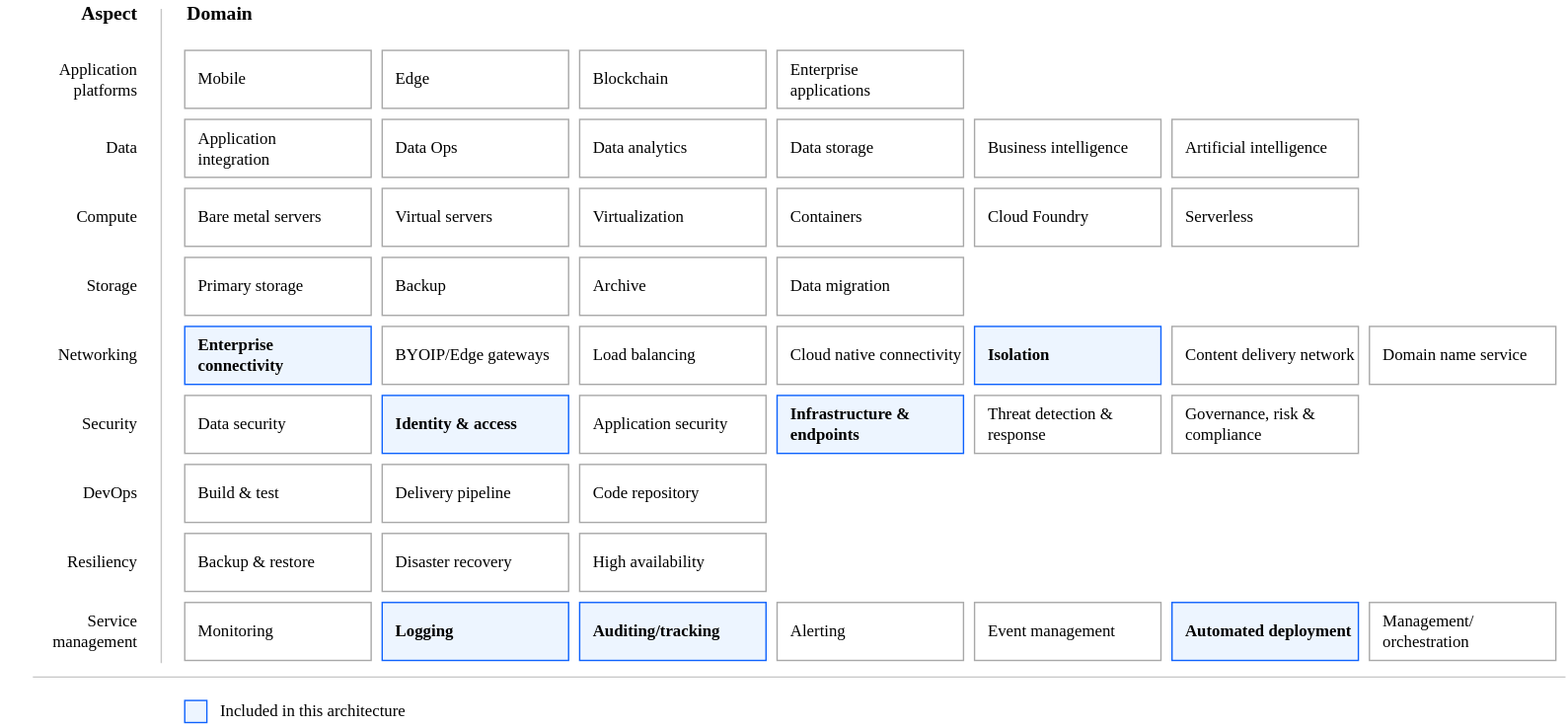
This is reference-architectures/heat-map-deploy-arch-slz-vpc-standard.svg from terraform-ibm-modules/terraform-ibm-landing-zone, a draw.io export, as it was before one commit. Source tidied: cells renumbered, new cells last; positions are measured from the earlier drawing's top-left corner, leaving out a move shared by most shapes. Source of this version:
```xml
<mxGraphModel>
  <root>
    <mxCell id="0" />
    <mxCell id="1" parent="0" />
    <mxCell id="2" value="Application&lt;br&gt;integration" style="rounded=0;whiteSpace=wrap;html=1;strokeColor=#A8A8A8;align=left;spacingLeft=8;fontFamily=IBM Plex Sans;fillColor=default;fontStyle=0;" parent="1" vertex="1">
      <mxGeometry x="133" y="86" width="135" height="42" as="geometry" />
    </mxCell>
    <mxCell id="3" value="Mobile" style="rounded=0;whiteSpace=wrap;html=1;strokeColor=#A8A8A8;align=left;spacingLeft=8;fontFamily=IBM Plex Sans;fontStyle=0;fillColor=default;" parent="1" vertex="1">
      <mxGeometry x="133" y="36" width="135" height="42" as="geometry" />
    </mxCell>
    <mxCell id="4" value="Bare metal servers" style="rounded=0;whiteSpace=wrap;html=1;strokeColor=#A8A8A8;align=left;spacingLeft=8;fontFamily=IBM Plex Sans;" parent="1" vertex="1">
      <mxGeometry x="133" y="136" width="135" height="42" as="geometry" />
    </mxCell>
    <mxCell id="5" value="Primary storage" style="rounded=0;whiteSpace=wrap;html=1;strokeColor=#A8A8A8;align=left;spacingLeft=8;fontFamily=IBM Plex Sans;" parent="1" vertex="1">
      <mxGeometry x="133" y="186" width="135" height="42" as="geometry" />
    </mxCell>
    <mxCell id="6" value="Enterprise &lt;br&gt;connectivity" style="rounded=0;whiteSpace=wrap;html=1;strokeColor=#0E62FD;align=left;spacingLeft=8;fontFamily=IBM Plex Sans;fillColor=#EDF5FF;fontStyle=1;" parent="1" vertex="1">
      <mxGeometry x="133" y="236" width="135" height="42" as="geometry" />
    </mxCell>
    <mxCell id="7" value="Build &amp;amp; test" style="rounded=0;whiteSpace=wrap;html=1;strokeColor=#A8A8A8;align=left;spacingLeft=8;fontFamily=IBM Plex Sans;" parent="1" vertex="1">
      <mxGeometry x="133" y="336" width="135" height="42" as="geometry" />
    </mxCell>
    <mxCell id="8" value="Data security" style="rounded=0;whiteSpace=wrap;html=1;strokeColor=#A8A8A8;align=left;spacingLeft=8;fontFamily=IBM Plex Sans;fontStyle=0;fillColor=default;" parent="1" vertex="1">
      <mxGeometry x="133" y="286" width="135" height="42" as="geometry" />
    </mxCell>
    <mxCell id="9" value="Backup &amp;amp; restore" style="rounded=0;whiteSpace=wrap;html=1;strokeColor=#A8A8A8;align=left;spacingLeft=8;fontFamily=IBM Plex Sans;" parent="1" vertex="1">
      <mxGeometry x="133" y="386" width="135" height="42" as="geometry" />
    </mxCell>
    <mxCell id="10" value="Monitoring" style="rounded=0;whiteSpace=wrap;html=1;strokeColor=#A8A8A8;align=left;spacingLeft=8;fontFamily=IBM Plex Sans;" parent="1" vertex="1">
      <mxGeometry x="133" y="436" width="135" height="42" as="geometry" />
    </mxCell>
    <mxCell id="11" value="Edge" style="rounded=0;whiteSpace=wrap;html=1;strokeColor=#A8A8A8;align=left;spacingLeft=8;fontFamily=IBM Plex Sans;fillColor=default;fontStyle=0;" parent="1" vertex="1">
      <mxGeometry x="276" y="36" width="135" height="42" as="geometry" />
    </mxCell>
    <mxCell id="12" value="Blockchain" style="rounded=0;whiteSpace=wrap;html=1;strokeColor=#A8A8A8;align=left;spacingLeft=8;fontFamily=IBM Plex Sans;fillColor=default;fontStyle=0;" parent="1" vertex="1">
      <mxGeometry x="419" y="36" width="135" height="42" as="geometry" />
    </mxCell>
    <mxCell id="13" value="Enterprise &lt;br&gt;applications" style="rounded=0;whiteSpace=wrap;html=1;strokeColor=#A8A8A8;align=left;spacingLeft=8;fontFamily=IBM Plex Sans;fillColor=default;fontStyle=0;" parent="1" vertex="1">
      <mxGeometry x="562" y="36" width="135" height="42" as="geometry" />
    </mxCell>
    <mxCell id="14" value="Data Ops" style="rounded=0;whiteSpace=wrap;html=1;strokeColor=#A8A8A8;align=left;spacingLeft=8;fontFamily=IBM Plex Sans;fillColor=default;fontStyle=0;" parent="1" vertex="1">
      <mxGeometry x="276" y="86" width="135" height="42" as="geometry" />
    </mxCell>
    <mxCell id="15" value="Data analytics" style="rounded=0;whiteSpace=wrap;html=1;strokeColor=#A8A8A8;align=left;spacingLeft=8;fontFamily=IBM Plex Sans;fillColor=default;fontStyle=0;" parent="1" vertex="1">
      <mxGeometry x="419" y="86" width="135" height="42" as="geometry" />
    </mxCell>
    <mxCell id="16" value="Data storage" style="rounded=0;whiteSpace=wrap;html=1;strokeColor=#A8A8A8;align=left;spacingLeft=8;fontFamily=IBM Plex Sans;fillColor=default;fontStyle=0;" parent="1" vertex="1">
      <mxGeometry x="562" y="86" width="135" height="42" as="geometry" />
    </mxCell>
    <mxCell id="17" value="Business intelligence" style="rounded=0;whiteSpace=wrap;html=1;strokeColor=#A8A8A8;align=left;spacingLeft=8;fontFamily=IBM Plex Sans;fillColor=default;fontStyle=0;" parent="1" vertex="1">
      <mxGeometry x="705" y="86" width="135" height="42" as="geometry" />
    </mxCell>
    <mxCell id="18" value="Virtual servers" style="rounded=0;whiteSpace=wrap;html=1;strokeColor=#A8A8A8;align=left;spacingLeft=8;fontFamily=IBM Plex Sans;fillColor=default;fontStyle=0;" parent="1" vertex="1">
      <mxGeometry x="276" y="136" width="135" height="42" as="geometry" />
    </mxCell>
    <mxCell id="19" value="Virtualization" style="rounded=0;whiteSpace=wrap;html=1;strokeColor=#A8A8A8;align=left;spacingLeft=8;fontFamily=IBM Plex Sans;fillColor=default;fontStyle=0;" parent="1" vertex="1">
      <mxGeometry x="419" y="136" width="135" height="42" as="geometry" />
    </mxCell>
    <mxCell id="20" value="Containers" style="rounded=0;whiteSpace=wrap;html=1;strokeColor=#A8A8A8;align=left;spacingLeft=8;fontFamily=IBM Plex Sans;fillColor=default;fontStyle=0;" parent="1" vertex="1">
      <mxGeometry x="562" y="136" width="135" height="42" as="geometry" />
    </mxCell>
    <mxCell id="21" value="Cloud Foundry" style="rounded=0;whiteSpace=wrap;html=1;strokeColor=#A8A8A8;align=left;spacingLeft=8;fontFamily=IBM Plex Sans;fillColor=default;fontStyle=0;" parent="1" vertex="1">
      <mxGeometry x="705" y="136" width="135" height="42" as="geometry" />
    </mxCell>
    <mxCell id="22" value="Serverless" style="rounded=0;whiteSpace=wrap;html=1;strokeColor=#A8A8A8;align=left;spacingLeft=8;fontFamily=IBM Plex Sans;fillColor=default;fontStyle=0;" parent="1" vertex="1">
      <mxGeometry x="848" y="136" width="135" height="42" as="geometry" />
    </mxCell>
    <mxCell id="23" value="Backup" style="rounded=0;whiteSpace=wrap;html=1;strokeColor=#A8A8A8;align=left;spacingLeft=8;fontFamily=IBM Plex Sans;fillColor=default;fontStyle=0;" parent="1" vertex="1">
      <mxGeometry x="276" y="186" width="135" height="42" as="geometry" />
    </mxCell>
    <mxCell id="24" value="Archive" style="rounded=0;whiteSpace=wrap;html=1;strokeColor=#A8A8A8;align=left;spacingLeft=8;fontFamily=IBM Plex Sans;fillColor=default;fontStyle=0;" parent="1" vertex="1">
      <mxGeometry x="419" y="186" width="135" height="42" as="geometry" />
    </mxCell>
    <mxCell id="25" value="Data migration" style="rounded=0;whiteSpace=wrap;html=1;strokeColor=#A8A8A8;align=left;spacingLeft=8;fontFamily=IBM Plex Sans;fillColor=default;fontStyle=0;" parent="1" vertex="1">
      <mxGeometry x="562" y="186" width="135" height="42" as="geometry" />
    </mxCell>
    <mxCell id="26" value="BYOIP/Edge gateways" style="rounded=0;whiteSpace=wrap;html=1;strokeColor=#A8A8A8;align=left;spacingLeft=8;fontFamily=IBM Plex Sans;fillColor=default;fontStyle=0;" parent="1" vertex="1">
      <mxGeometry x="276" y="236" width="135" height="42" as="geometry" />
    </mxCell>
    <mxCell id="27" value="Load balancing" style="rounded=0;whiteSpace=wrap;html=1;strokeColor=#A8A8A8;align=left;spacingLeft=8;fontFamily=IBM Plex Sans;fillColor=default;fontStyle=0;" parent="1" vertex="1">
      <mxGeometry x="419" y="236" width="135" height="42" as="geometry" />
    </mxCell>
    <mxCell id="28" value="Cloud native connectivity" style="rounded=0;whiteSpace=wrap;html=1;strokeColor=#A8A8A8;align=left;spacingLeft=8;fontFamily=IBM Plex Sans;fillColor=default;fontStyle=0;" parent="1" vertex="1">
      <mxGeometry x="562" y="236" width="135" height="42" as="geometry" />
    </mxCell>
    <mxCell id="29" value="Isolation" style="rounded=0;whiteSpace=wrap;html=1;strokeColor=#0E62FD;align=left;spacingLeft=8;fontFamily=IBM Plex Sans;fillColor=#EDF5FF;fontStyle=1;" parent="1" vertex="1">
      <mxGeometry x="705" y="236" width="135" height="42" as="geometry" />
    </mxCell>
    <mxCell id="30" value="Content delivery network" style="rounded=0;whiteSpace=wrap;html=1;strokeColor=#A8A8A8;align=left;spacingLeft=8;fontFamily=IBM Plex Sans;fillColor=default;fontStyle=0;" parent="1" vertex="1">
      <mxGeometry x="848" y="236" width="135" height="42" as="geometry" />
    </mxCell>
    <mxCell id="31" value="Domain name service" style="rounded=0;whiteSpace=wrap;html=1;strokeColor=#A8A8A8;align=left;spacingLeft=8;fontFamily=IBM Plex Sans;fillColor=default;fontStyle=0;" parent="1" vertex="1">
      <mxGeometry x="991" y="236" width="135" height="42" as="geometry" />
    </mxCell>
    <mxCell id="32" value="Identity &amp;amp; access" style="rounded=0;whiteSpace=wrap;html=1;strokeColor=#0E62FD;align=left;spacingLeft=8;fontFamily=IBM Plex Sans;fillColor=#EDF5FF;fontStyle=1;" parent="1" vertex="1">
      <mxGeometry x="276" y="286" width="135" height="42" as="geometry" />
    </mxCell>
    <mxCell id="33" value="Application security" style="rounded=0;whiteSpace=wrap;html=1;strokeColor=#A8A8A8;align=left;spacingLeft=8;fontFamily=IBM Plex Sans;fillColor=default;fontStyle=0;" parent="1" vertex="1">
      <mxGeometry x="419" y="286" width="135" height="42" as="geometry" />
    </mxCell>
    <mxCell id="34" value="Infrastructure &amp;amp; endpoints" style="rounded=0;whiteSpace=wrap;html=1;strokeColor=#0E62FD;align=left;spacingLeft=8;fontFamily=IBM Plex Sans;fillColor=#EDF5FF;fontStyle=1;" parent="1" vertex="1">
      <mxGeometry x="562" y="286" width="135" height="42" as="geometry" />
    </mxCell>
    <mxCell id="35" value="Threat detection &amp;amp; response" style="rounded=0;whiteSpace=wrap;html=1;strokeColor=#A8A8A8;align=left;spacingLeft=8;fontFamily=IBM Plex Sans;fillColor=default;fontStyle=0;" parent="1" vertex="1">
      <mxGeometry x="705" y="286" width="135" height="42" as="geometry" />
    </mxCell>
    <mxCell id="36" value="Governance, risk &amp;amp; compliance" style="rounded=0;whiteSpace=wrap;html=1;strokeColor=#A8A8A8;align=left;spacingLeft=8;fontFamily=IBM Plex Sans;fillColor=default;fontStyle=0;" parent="1" vertex="1">
      <mxGeometry x="848" y="286" width="135" height="42" as="geometry" />
    </mxCell>
    <mxCell id="37" value="Delivery pipeline" style="rounded=0;whiteSpace=wrap;html=1;strokeColor=#A8A8A8;align=left;spacingLeft=8;fontFamily=IBM Plex Sans;fillColor=default;fontStyle=0;" parent="1" vertex="1">
      <mxGeometry x="276" y="336" width="135" height="42" as="geometry" />
    </mxCell>
    <mxCell id="38" value="Code repository" style="rounded=0;whiteSpace=wrap;html=1;strokeColor=#A8A8A8;align=left;spacingLeft=8;fontFamily=IBM Plex Sans;fillColor=default;fontStyle=0;" parent="1" vertex="1">
      <mxGeometry x="419" y="336" width="135" height="42" as="geometry" />
    </mxCell>
    <mxCell id="39" value="Disaster recovery" style="rounded=0;whiteSpace=wrap;html=1;strokeColor=#A8A8A8;align=left;spacingLeft=8;fontFamily=IBM Plex Sans;fillColor=default;fontStyle=0;" parent="1" vertex="1">
      <mxGeometry x="276" y="386" width="135" height="42" as="geometry" />
    </mxCell>
    <mxCell id="40" value="High availability" style="rounded=0;whiteSpace=wrap;html=1;strokeColor=#A8A8A8;align=left;spacingLeft=8;fontFamily=IBM Plex Sans;fillColor=default;fontStyle=0;" parent="1" vertex="1">
      <mxGeometry x="419" y="386" width="135" height="42" as="geometry" />
    </mxCell>
    <mxCell id="41" value="Logging" style="rounded=0;whiteSpace=wrap;html=1;strokeColor=#0E62FD;align=left;spacingLeft=8;fontFamily=IBM Plex Sans;fillColor=#EDF5FF;fontStyle=1;" parent="1" vertex="1">
      <mxGeometry x="276" y="436" width="135" height="42" as="geometry" />
    </mxCell>
    <mxCell id="42" value="Auditing/tracking" style="rounded=0;whiteSpace=wrap;html=1;strokeColor=#0E62FD;align=left;spacingLeft=8;fontFamily=IBM Plex Sans;fillColor=#EDF5FF;fontStyle=1;" parent="1" vertex="1">
      <mxGeometry x="419" y="436" width="135" height="42" as="geometry" />
    </mxCell>
    <mxCell id="43" value="Alerting" style="rounded=0;whiteSpace=wrap;html=1;strokeColor=#A8A8A8;align=left;spacingLeft=8;fontFamily=IBM Plex Sans;fillColor=default;fontStyle=0;" parent="1" vertex="1">
      <mxGeometry x="562" y="436" width="135" height="42" as="geometry" />
    </mxCell>
    <mxCell id="44" value="Event management" style="rounded=0;whiteSpace=wrap;html=1;strokeColor=#A8A8A8;align=left;spacingLeft=8;fontFamily=IBM Plex Sans;fillColor=default;fontStyle=0;" parent="1" vertex="1">
      <mxGeometry x="705" y="436" width="135" height="42" as="geometry" />
    </mxCell>
    <mxCell id="45" value="Automated deployment" style="rounded=0;whiteSpace=wrap;html=1;strokeColor=#0E62FD;align=left;spacingLeft=8;fontFamily=IBM Plex Sans;fillColor=#EDF5FF;fontStyle=1;" parent="1" vertex="1">
      <mxGeometry x="848" y="436" width="135" height="42" as="geometry" />
    </mxCell>
    <mxCell id="46" value="Management/&lt;br&gt;orchestration" style="rounded=0;whiteSpace=wrap;html=1;strokeColor=#A8A8A8;align=left;spacingLeft=8;fontFamily=IBM Plex Sans;fillColor=default;fontStyle=0;" parent="1" vertex="1">
      <mxGeometry x="991" y="436" width="135" height="42" as="geometry" />
    </mxCell>
    <mxCell id="47" style="endArrow=none;html=1;rounded=0;fontFamily=IBM Plex Sans;fontSize=12;fontColor=default;strokeColor=#C6C6C6;" parent="1" edge="1">
      <mxGeometry relative="1" as="geometry">
        <mxPoint x="116" y="480" as="sourcePoint" />
        <mxPoint x="116" y="6" as="targetPoint" />
      </mxGeometry>
    </mxCell>
    <mxCell id="48" value="Domain" style="text;strokeColor=none;fillColor=none;html=1;fontSize=14;fontStyle=1;verticalAlign=middle;align=left;rounded=0;fontFamily=IBM Plex Sans;fontColor=default;" parent="1" vertex="1">
      <mxGeometry x="133" width="100" height="20" as="geometry" />
    </mxCell>
    <mxCell id="49" value="Aspect" style="text;strokeColor=none;fillColor=none;html=1;fontSize=14;fontStyle=1;verticalAlign=middle;align=right;rounded=0;fontFamily=IBM Plex Sans;fontColor=default;" parent="1" vertex="1">
      <mxGeometry width="100" height="20" as="geometry" />
    </mxCell>
    <mxCell id="50" value="Application &lt;br&gt;platforms" style="text;strokeColor=none;fillColor=none;html=1;fontSize=12;fontStyle=0;verticalAlign=middle;align=right;rounded=0;fontFamily=IBM Plex Sans;fontColor=default;" parent="1" vertex="1">
      <mxGeometry y="47" width="100" height="20" as="geometry" />
    </mxCell>
    <mxCell id="51" value="Data" style="text;strokeColor=none;fillColor=none;html=1;fontSize=12;fontStyle=0;verticalAlign=middle;align=right;rounded=0;fontFamily=IBM Plex Sans;fontColor=default;" parent="1" vertex="1">
      <mxGeometry y="97" width="100" height="20" as="geometry" />
    </mxCell>
    <mxCell id="52" value="Compute" style="text;strokeColor=none;fillColor=none;html=1;fontSize=12;fontStyle=0;verticalAlign=middle;align=right;rounded=0;fontFamily=IBM Plex Sans;fontColor=default;" parent="1" vertex="1">
      <mxGeometry y="147" width="100" height="20" as="geometry" />
    </mxCell>
    <mxCell id="53" value="Storage" style="text;strokeColor=none;fillColor=none;html=1;fontSize=12;fontStyle=0;verticalAlign=middle;align=right;rounded=0;fontFamily=IBM Plex Sans;fontColor=default;" parent="1" vertex="1">
      <mxGeometry y="197" width="100" height="20" as="geometry" />
    </mxCell>
    <mxCell id="54" value="Networking" style="text;strokeColor=none;fillColor=none;html=1;fontSize=12;fontStyle=0;verticalAlign=middle;align=right;rounded=0;fontFamily=IBM Plex Sans;fontColor=default;" parent="1" vertex="1">
      <mxGeometry y="247" width="100" height="20" as="geometry" />
    </mxCell>
    <mxCell id="55" value="Security" style="text;strokeColor=none;fillColor=none;html=1;fontSize=12;fontStyle=0;verticalAlign=middle;align=right;rounded=0;fontFamily=IBM Plex Sans;fontColor=default;" parent="1" vertex="1">
      <mxGeometry y="297" width="100" height="20" as="geometry" />
    </mxCell>
    <mxCell id="56" value="DevOps" style="text;strokeColor=none;fillColor=none;html=1;fontSize=12;fontStyle=0;verticalAlign=middle;align=right;rounded=0;fontFamily=IBM Plex Sans;fontColor=default;" parent="1" vertex="1">
      <mxGeometry y="347" width="100" height="20" as="geometry" />
    </mxCell>
    <mxCell id="57" value="Resiliency" style="text;strokeColor=none;fillColor=none;html=1;fontSize=12;fontStyle=0;verticalAlign=middle;align=right;rounded=0;fontFamily=IBM Plex Sans;fontColor=default;" parent="1" vertex="1">
      <mxGeometry y="397" width="100" height="20" as="geometry" />
    </mxCell>
    <mxCell id="58" value="Service&lt;br&gt;management" style="text;strokeColor=none;fillColor=none;html=1;fontSize=12;fontStyle=0;verticalAlign=middle;align=right;rounded=0;fontFamily=IBM Plex Sans;fontColor=default;" parent="1" vertex="1">
      <mxGeometry y="447" width="100" height="20" as="geometry" />
    </mxCell>
    <mxCell id="59" style="endArrow=none;html=1;rounded=0;fontFamily=IBM Plex Sans;fontSize=12;fontColor=default;strokeColor=#C6C6C6;" parent="1" edge="1">
      <mxGeometry relative="1" as="geometry">
        <mxPoint x="23" y="490" as="sourcePoint" />
        <mxPoint x="1133" y="490" as="targetPoint" />
      </mxGeometry>
    </mxCell>
    <mxCell id="60" style="rounded=0;whiteSpace=wrap;html=1;strokeColor=#0E62FD;align=left;spacingLeft=8;fontFamily=IBM Plex Sans;fontStyle=1;fillColor=#EDF5FF;" parent="1" vertex="1">
      <mxGeometry x="133" y="507" width="16" height="16" as="geometry" />
    </mxCell>
    <mxCell id="61" value="Included in this architecture" style="text;strokeColor=none;fillColor=none;html=1;fontSize=12;fontStyle=0;verticalAlign=middle;align=left;rounded=0;fontFamily=IBM Plex Sans;fontColor=default;" parent="1" vertex="1">
      <mxGeometry x="157" y="505" width="100" height="20" as="geometry" />
    </mxCell>
    <mxCell id="62" value="Artificial intelligence" style="rounded=0;whiteSpace=wrap;html=1;strokeColor=#A8A8A8;align=left;spacingLeft=8;fontFamily=IBM Plex Sans;fillColor=default;fontStyle=0;" parent="1" vertex="1">
      <mxGeometry x="848" y="86" width="135" height="42" as="geometry" />
    </mxCell>
  </root>
</mxGraphModel>
```
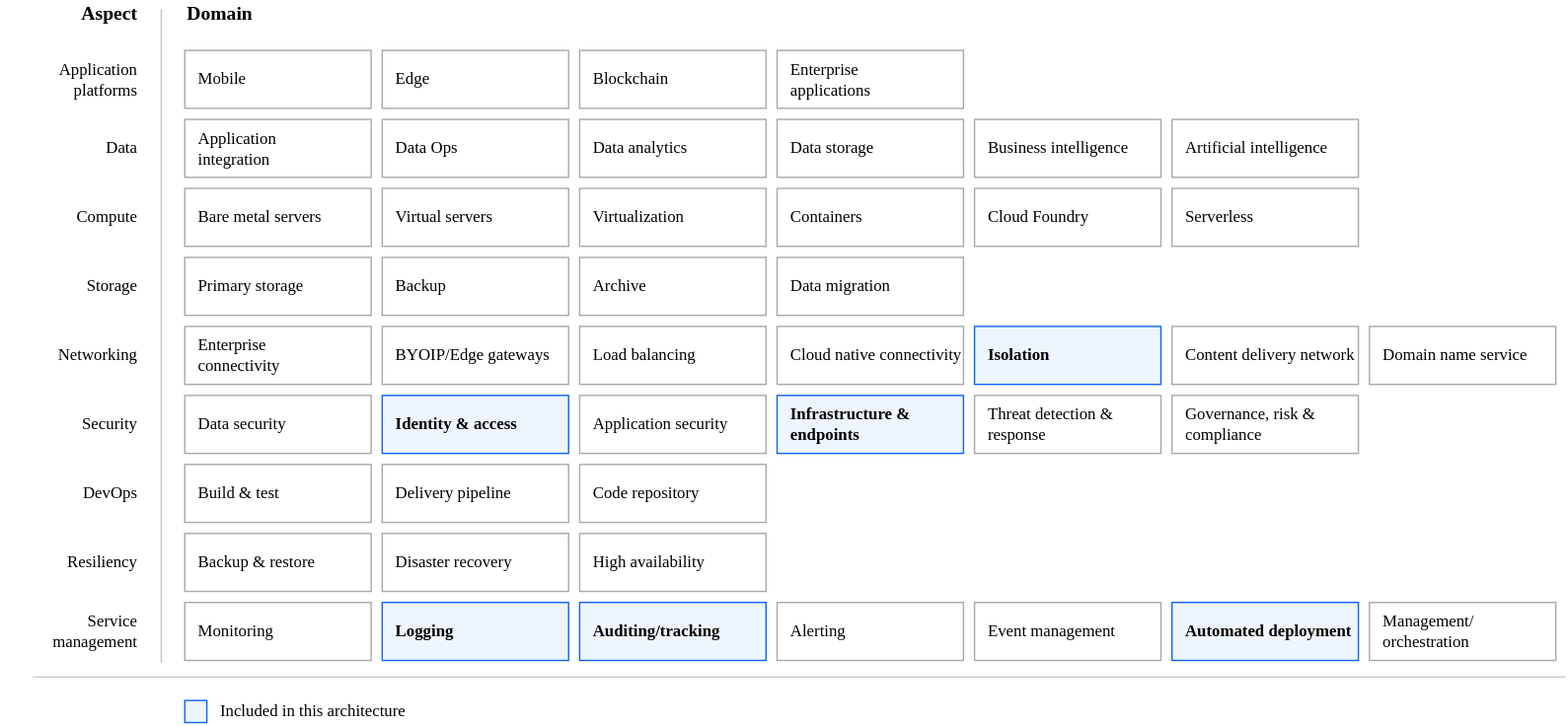
The same file after the commit.

Commit message:
docs: update ref arch

Diff of the diagram source:
```diff
@@ -14,7 +14,7 @@
     <mxCell id="5" value="Primary storage" style="rounded=0;whiteSpace=wrap;html=1;strokeColor=#A8A8A8;align=left;spacingLeft=8;fontFamily=IBM Plex Sans;" parent="1" vertex="1">
       <mxGeometry x="133" y="186" width="135" height="42" as="geometry" />
     </mxCell>
-    <mxCell id="6" value="Enterprise &lt;br&gt;connectivity" style="rounded=0;whiteSpace=wrap;html=1;strokeColor=#0E62FD;align=left;spacingLeft=8;fontFamily=IBM Plex Sans;fillColor=#EDF5FF;fontStyle=1;" parent="1" vertex="1">
+    <mxCell id="6" value="Enterprise &lt;br&gt;connectivity" style="rounded=0;whiteSpace=wrap;html=1;strokeColor=#A8A8A8;align=left;spacingLeft=8;fontFamily=IBM Plex Sans;fillColor=default;fontStyle=0;" parent="1" vertex="1">
       <mxGeometry x="133" y="236" width="135" height="42" as="geometry" />
     </mxCell>
     <mxCell id="7" value="Build &amp;amp; test" style="rounded=0;whiteSpace=wrap;html=1;strokeColor=#A8A8A8;align=left;spacingLeft=8;fontFamily=IBM Plex Sans;" parent="1" vertex="1">
```
